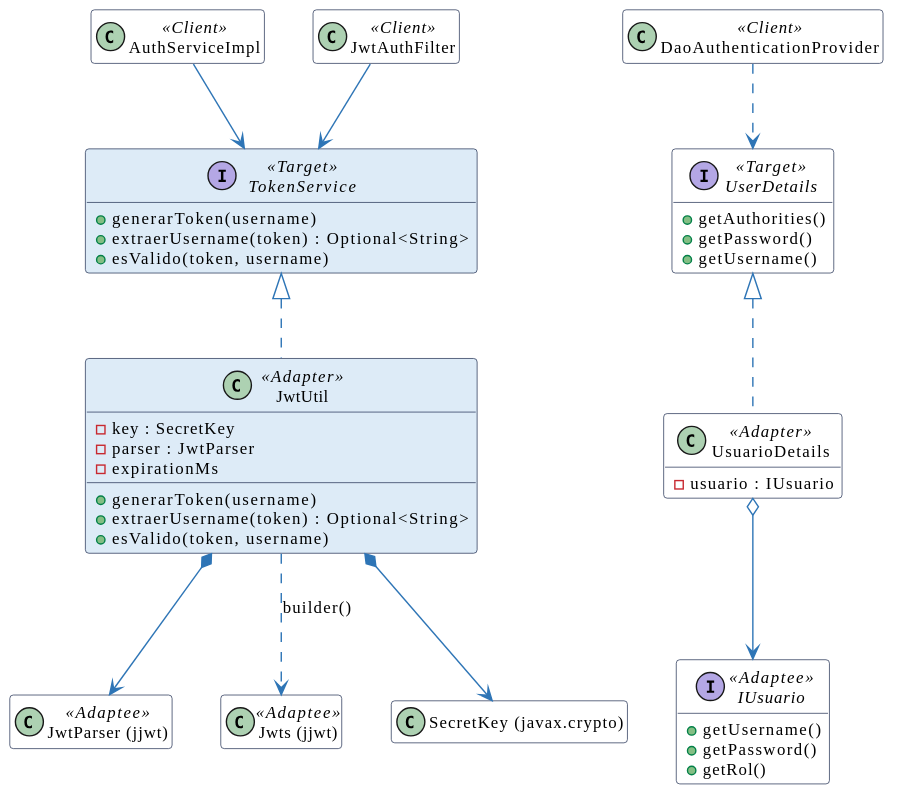
Above: docs/reporte/puml/m7-despues.svg in andreiveisuade/TPO-ProcesoDesarrolloSoftware-V3 (PlantUML), before the change. Its source is kept beside it as docs/reporte/puml/m7-despues.puml.
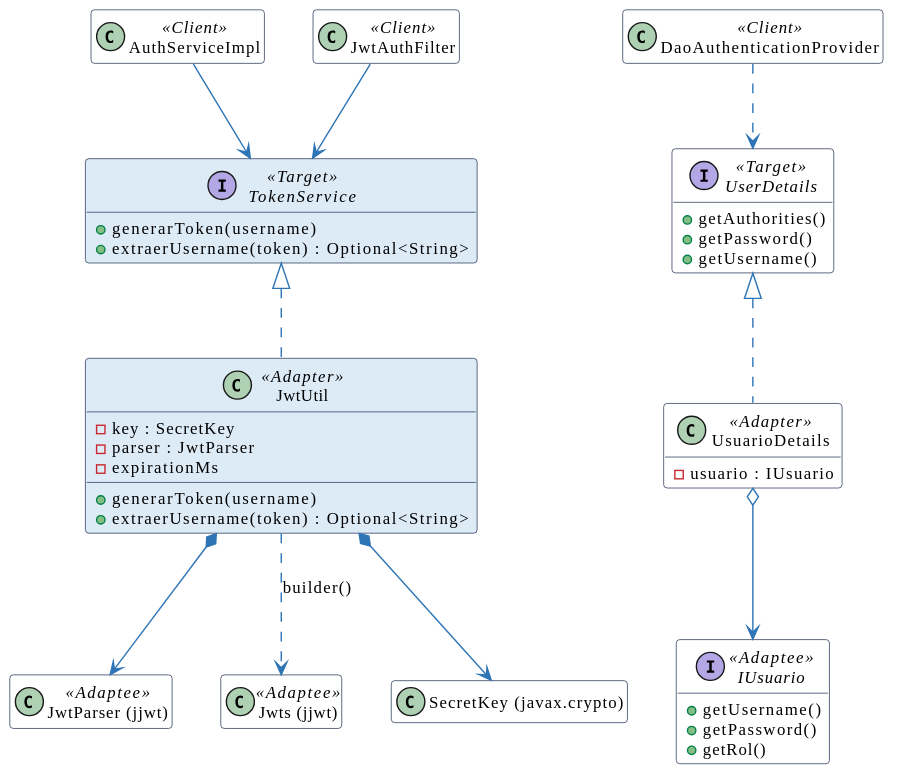
After the change.

Diff of the diagram source:
```diff
@@ -16,7 +16,6 @@
 interface TokenService <<Target>> #DDEBF7 {
   +generarToken(username)
   +extraerUsername(token) : Optional<String>
-  +esValido(token, username)
 }
 class JwtUtil <<Adapter>> #DDEBF7 {
   -key : SecretKey
@@ -24,7 +23,6 @@
   -expirationMs
   +generarToken(username)
   +extraerUsername(token) : Optional<String>
-  +esValido(token, username)
 }
 class "JwtParser (jjwt)" as JwtParser <<Adaptee>>
 class "Jwts (jjwt)" as Jwts <<Adaptee>>
```
